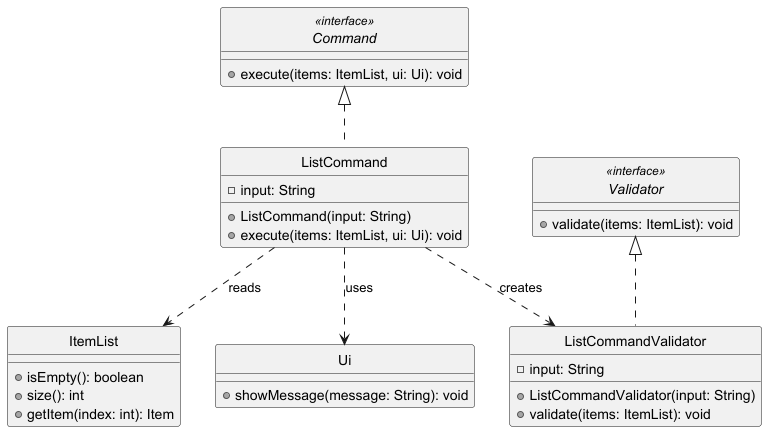
Earlier version of the PlantUML export docs/diagrams/ListCommandClassDiagram.png (adbsw/tp).
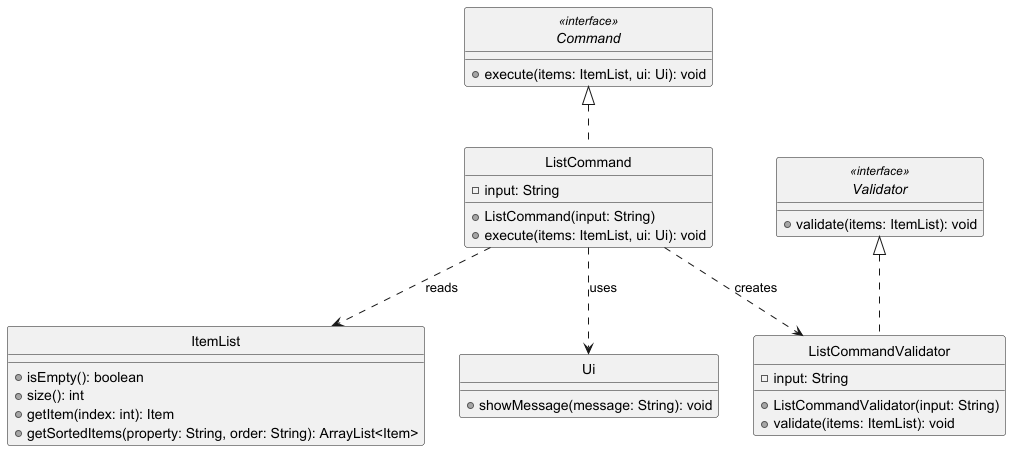
The same diagram one commit later.

Diff of the diagram source:
```diff
@@ -27,6 +27,7 @@
     + isEmpty(): boolean
     + size(): int
     + getItem(index: int): Item
+    + getSortedItems(property: String, order: String): ArrayList<Item>
 }
 
 class Ui {
```
